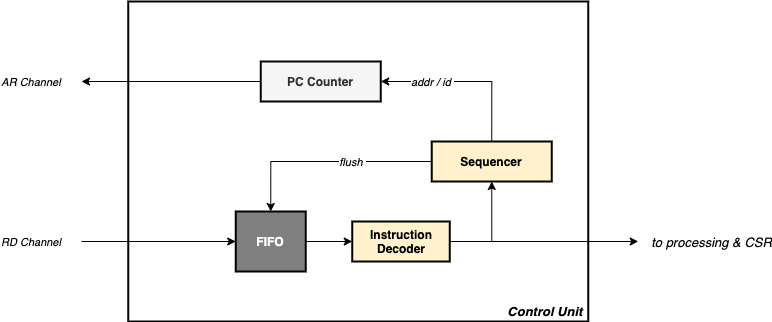
Before: doc/assets/control-fetch.png, a diagram exported from draw.io (dpretet/friscv). Source tidied: cells renumbered, new cells last; positions are measured from the earlier drawing's top-left corner, leaving out a move shared by most shapes. Source of this version:
```xml
<mxGraphModel>
  <root>
    <mxCell id="0" />
    <mxCell id="1" parent="0" />
    <mxCell id="2" value="Control Unit&amp;nbsp;" style="rounded=0;whiteSpace=wrap;html=1;fontSize=13;strokeWidth=2;align=right;verticalAlign=bottom;fontStyle=3;" parent="1" vertex="1">
      <mxGeometry x="46.8" width="460" height="320" as="geometry" />
    </mxCell>
    <mxCell id="3" style="edgeStyle=none;rounded=0;jettySize=auto;html=1;exitX=0;exitY=0.5;exitDx=0;exitDy=0;" parent="1" edge="1" source="5">
      <mxGeometry relative="1" as="geometry">
        <mxPoint y="80" as="targetPoint" />
      </mxGeometry>
    </mxCell>
    <mxCell id="4" value="AR Channel&amp;nbsp;" style="edgeLabel;html=1;align=center;verticalAlign=middle;fontSize=11;fontColor=#000000;fontStyle=2;" parent="3" vertex="1">
      <mxGeometry x="0.04" y="2" relative="1" as="geometry">
        <mxPoint x="-136" y="-2" as="offset" />
      </mxGeometry>
    </mxCell>
    <mxCell id="5" value="PC Counter" style="rounded=0;whiteSpace=wrap;html=1;fillColor=#f5f5f5;fontColor=#333333;strokeWidth=2;fontStyle=1;" parent="1" vertex="1">
      <mxGeometry x="179.2" y="60" width="120" height="40" as="geometry" />
    </mxCell>
    <mxCell id="6" style="edgeStyle=orthogonalEdgeStyle;rounded=0;jettySize=auto;html=1;exitX=0.5;exitY=0;exitDx=0;exitDy=0;entryX=1;entryY=0.5;entryDx=0;entryDy=0;" parent="1" edge="1" source="10" target="5">
      <mxGeometry relative="1" as="geometry" />
    </mxCell>
    <mxCell id="7" value="addr / id&amp;nbsp;" style="edgeLabel;html=1;align=center;verticalAlign=middle;fontSize=11;fontColor=#000000;fontStyle=2;" parent="6" vertex="1">
      <mxGeometry x="0.47" y="-2" relative="1" as="geometry">
        <mxPoint x="5" y="2" as="offset" />
      </mxGeometry>
    </mxCell>
    <mxCell id="8" style="edgeStyle=orthogonalEdgeStyle;rounded=0;jettySize=auto;html=1;exitX=0;exitY=0.5;exitDx=0;exitDy=0;entryX=0.5;entryY=0;entryDx=0;entryDy=0;fontSize=11;fontColor=#FF6666;" parent="1" edge="1" source="10" target="14">
      <mxGeometry relative="1" as="geometry" />
    </mxCell>
    <mxCell id="9" value="flush&amp;nbsp;" style="edgeLabel;html=1;align=center;verticalAlign=middle;fontSize=11;fontColor=#000000;fontStyle=2;" parent="8" vertex="1">
      <mxGeometry x="-0.23" y="-2" relative="1" as="geometry">
        <mxPoint x="1" y="2" as="offset" />
      </mxGeometry>
    </mxCell>
    <mxCell id="10" value="Sequencer" style="rounded=0;whiteSpace=wrap;html=1;strokeWidth=2;fillColor=#fff2cc;fontStyle=1;" parent="1" vertex="1">
      <mxGeometry x="350.2" y="140" width="120" height="40" as="geometry" />
    </mxCell>
    <mxCell id="11" style="edgeStyle=none;rounded=0;jettySize=auto;html=1;exitX=1;exitY=0.5;exitDx=0;exitDy=0;" parent="1" edge="1" source="14" target="18">
      <mxGeometry relative="1" as="geometry" />
    </mxCell>
    <mxCell id="12" style="edgeStyle=orthogonalEdgeStyle;rounded=0;jettySize=auto;html=1;entryX=0;entryY=0.5;entryDx=0;entryDy=0;fontColor=#666666;" parent="1" edge="1" target="14">
      <mxGeometry relative="1" as="geometry">
        <mxPoint y="240" as="sourcePoint" />
      </mxGeometry>
    </mxCell>
    <mxCell id="13" value="RD Channel&amp;nbsp;" style="edgeLabel;html=1;align=center;verticalAlign=middle;fontSize=11;fontColor=#000000;fontStyle=2;" parent="12" vertex="1">
      <mxGeometry x="-0.21" relative="1" as="geometry">
        <mxPoint x="-111" as="offset" />
      </mxGeometry>
    </mxCell>
    <mxCell id="14" value="FIFO" style="rounded=0;whiteSpace=wrap;html=1;fillColor=#808080;fontColor=#FFFFFF;strokeWidth=2;fontStyle=1;" parent="1" vertex="1">
      <mxGeometry x="154.2" y="210" width="70" height="60" as="geometry" />
    </mxCell>
    <mxCell id="15" style="edgeStyle=orthogonalEdgeStyle;rounded=0;jettySize=auto;html=1;exitX=1;exitY=0.5;exitDx=0;exitDy=0;fontColor=#666666;" parent="1" edge="1" source="18">
      <mxGeometry relative="1" as="geometry">
        <mxPoint x="556.8" y="240" as="targetPoint" />
      </mxGeometry>
    </mxCell>
    <mxCell id="16" value="to processing &amp;amp; CSR" style="edgeLabel;html=1;align=center;verticalAlign=middle;fontSize=13;fontColor=#000000;fontStyle=2;" parent="15" vertex="1">
      <mxGeometry x="0.5" y="-2" relative="1" as="geometry">
        <mxPoint x="119" y="-2" as="offset" />
      </mxGeometry>
    </mxCell>
    <mxCell id="17" style="edgeStyle=orthogonalEdgeStyle;rounded=0;jettySize=auto;html=1;exitX=1;exitY=0.5;exitDx=0;exitDy=0;fontColor=#666666;strokeColor=#000000;entryX=0.5;entryY=1;entryDx=0;entryDy=0;" parent="1" edge="1" source="18" target="10">
      <mxGeometry relative="1" as="geometry" />
    </mxCell>
    <mxCell id="18" value="Instruction&lt;br&gt;Decoder" style="rounded=0;whiteSpace=wrap;html=1;strokeWidth=2;fillColor=#fff2cc;fontStyle=1;" parent="1" vertex="1">
      <mxGeometry x="270.8" y="220" width="97.5" height="40" as="geometry" />
    </mxCell>
  </root>
</mxGraphModel>
```
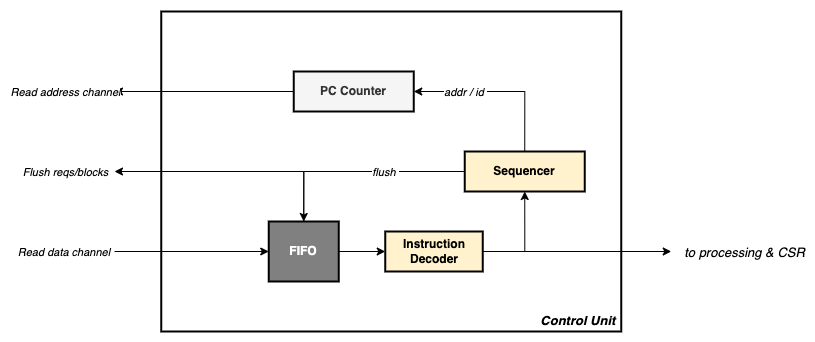
Above is the later version.

What changed in the source:
```diff
@@ -10,7 +10,7 @@
         <mxPoint y="80" as="targetPoint" />
       </mxGeometry>
     </mxCell>
-    <mxCell id="4" value="AR Channel&amp;nbsp;" style="edgeLabel;html=1;align=center;verticalAlign=middle;fontSize=11;fontColor=#000000;fontStyle=2;" parent="3" vertex="1">
+    <mxCell id="4" value="Read address channel" style="edgeLabel;html=1;align=center;verticalAlign=middle;fontSize=11;fontColor=#000000;fontStyle=2;" parent="3" vertex="1">
       <mxGeometry x="0.04" y="2" relative="1" as="geometry">
         <mxPoint x="-136" y="-2" as="offset" />
       </mxGeometry>
@@ -45,7 +45,7 @@
         <mxPoint y="240" as="sourcePoint" />
       </mxGeometry>
     </mxCell>
-    <mxCell id="13" value="RD Channel&amp;nbsp;" style="edgeLabel;html=1;align=center;verticalAlign=middle;fontSize=11;fontColor=#000000;fontStyle=2;" parent="12" vertex="1">
+    <mxCell id="13" value="Read data channel&amp;nbsp;" style="edgeLabel;html=1;align=center;verticalAlign=middle;fontSize=11;fontColor=#000000;fontStyle=2;" parent="12" vertex="1">
       <mxGeometry x="-0.21" relative="1" as="geometry">
         <mxPoint x="-111" as="offset" />
       </mxGeometry>
@@ -69,5 +69,16 @@
     <mxCell id="18" value="Instruction&lt;br&gt;Decoder" style="rounded=0;whiteSpace=wrap;html=1;strokeWidth=2;fillColor=#fff2cc;fontStyle=1;" parent="1" vertex="1">
       <mxGeometry x="270.8" y="220" width="97.5" height="40" as="geometry" />
     </mxCell>
+    <mxCell id="19" style="edgeStyle=orthogonalEdgeStyle;rounded=0;jettySize=auto;html=1;exitX=0.5;exitY=0;exitDx=0;exitDy=0;fontSize=11;fontColor=#FF6666;" parent="1" edge="1" source="14">
+      <mxGeometry relative="1" as="geometry">
+        <mxPoint y="160" as="targetPoint" />
+        <Array as="points">
+          <mxPoint x="189" y="160" />
+        </Array>
+      </mxGeometry>
+    </mxCell>
+    <mxCell id="20" value="Flush reqs/blocks" style="edgeLabel;html=1;align=center;verticalAlign=middle;fontSize=11;fontColor=#000000;fontStyle=2;" parent="1" vertex="1">
+      <mxGeometry x="-50" y="160" as="geometry" />
+    </mxCell>
   </root>
 </mxGraphModel>
```
